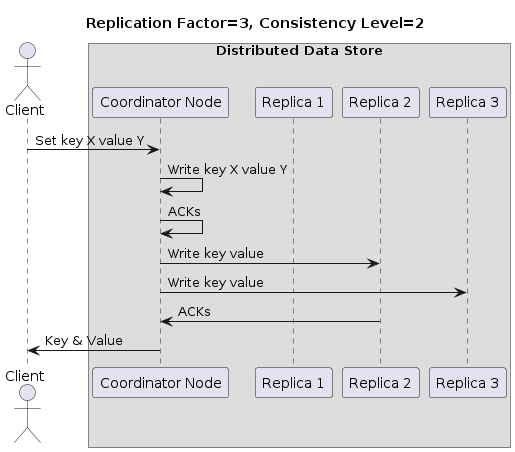
This is diagrams/sequence4.png from EliriaT/distributed-store, a PlantUML export, as it was before one commit.
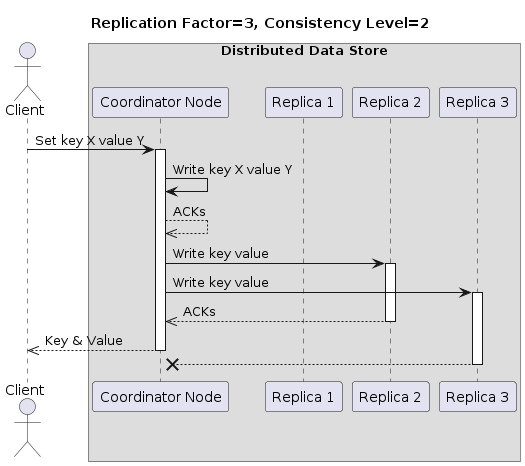
Later version of the same file.

Change to the diagram source:
```diff
@@ -11,10 +11,17 @@
 
 
 C -> CN : Set key X value Y
+activate CN
 CN -> CN : Write key X value Y
-CN -> CN : ACKs
+CN -->> CN : ACKs
 CN -> N2 : Write key value
+activate N2
 CN -> N3 : Write key value
-N2 -> CN : ACKs
-CN -> C : Key & Value
+activate N3
+N2 -->> CN : ACKs
+deactivate N2
+CN -->> C : Key & Value
+deactivate CN
+N3 -->>X CN
+deactivate N3
 @enduml
```
